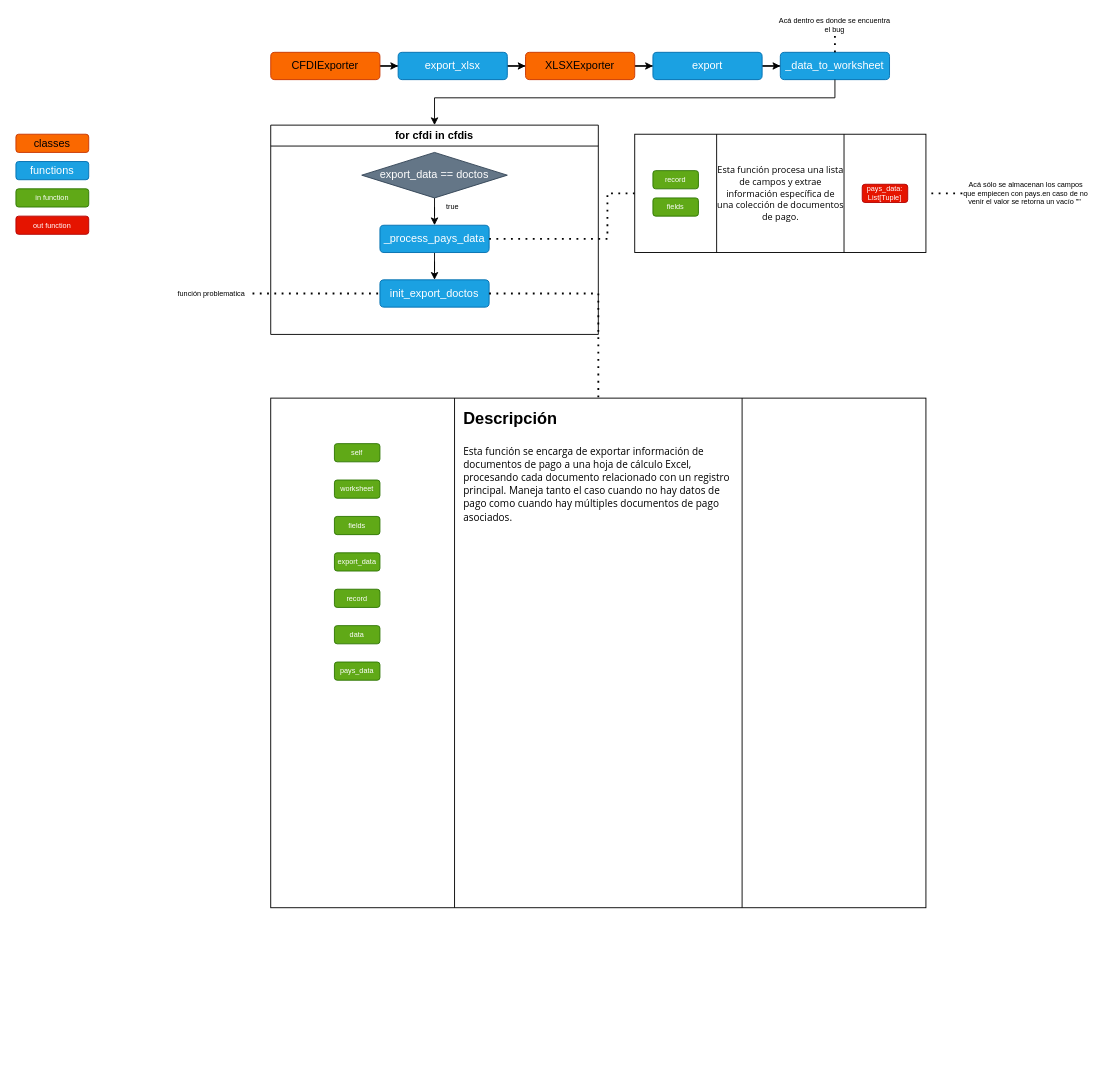
This is 8372 Excel Bug.drawio from SamuelGarcia22/diagrams, a draw.io file, before an edit. Source tidied: cells renumbered, new cells numbered last; positions are measured from the earlier drawing's top-left corner, leaving out a move shared by most shapes. Both pictures are drawn from the tidied source at 91%, with x=0, y=0 at pixel (15, 15).
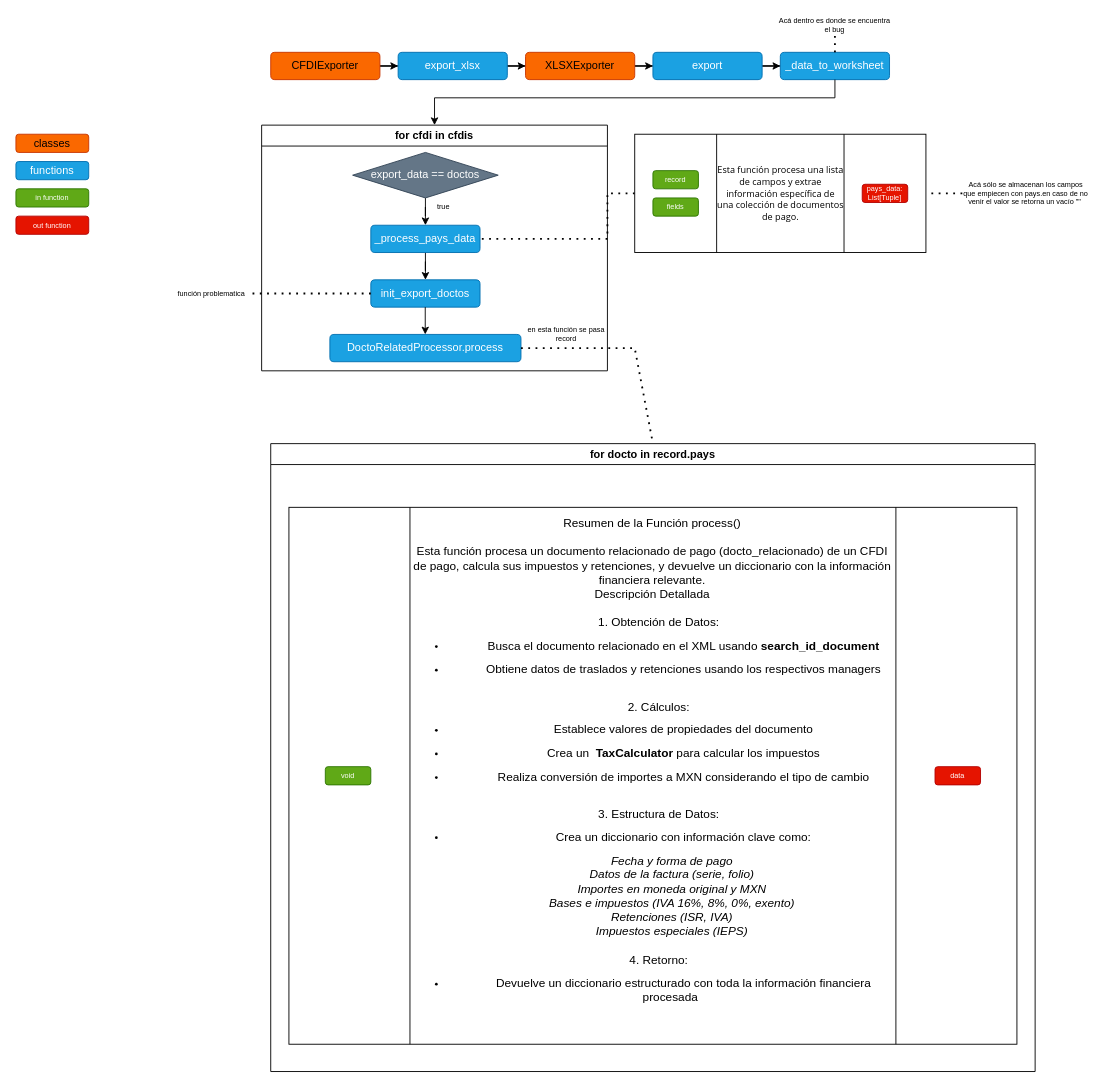
After the change.

The change refers to these unchanged cells:
```xml
<mxCell id="22" value="init_export_doctos" style="whiteSpace=wrap;html=1;fillColor=#1ba1e2;strokeColor=#006EAF;fontColor=#ffffff;rounded=1;" parent="16" vertex="1">
  <mxGeometry x="120" y="170" width="120" height="30" as="geometry" />
</mxCell>
```

What changed in the source:
```diff
@@
     <mxCell id="16" value="for cfdi in cfdis" style="swimlane;whiteSpace=wrap;html=1;" parent="1" vertex="1">
-      <mxGeometry x="280" y="120" width="360" height="230" as="geometry" />
+      <mxGeometry x="270" y="120" width="380" height="270" as="geometry" />
     </mxCell>
@@
+    <mxCell id="44" style="edgeStyle=orthogonalEdgeStyle;rounded=0;orthogonalLoop=1;jettySize=auto;html=1;" parent="16" edge="1">
+      <mxGeometry relative="1" as="geometry">
+        <mxPoint x="179.8" y="200" as="sourcePoint" />
+        <mxPoint x="179.8" y="230" as="targetPoint" />
+      </mxGeometry>
+    </mxCell>
+    <mxCell id="45" value="DoctoRelatedProcessor.process" style="whiteSpace=wrap;html=1;fillColor=#1ba1e2;strokeColor=#006EAF;fontColor=#ffffff;rounded=1;" parent="16" vertex="1">
+      <mxGeometry x="75" y="230" width="210" height="30" as="geometry" />
+    </mxCell>
+    <mxCell id="46" value="en esta función se pasa record" style="text;html=1;align=center;verticalAlign=middle;whiteSpace=wrap;rounded=0;fontSize=8;fontColor=light-dark(#000000,#8A8A8A);" parent="16" vertex="1">
+      <mxGeometry x="290" y="220" width="90" height="20" as="geometry" />
+    </mxCell>
@@
+    <mxCell id="35" style="endArrow=none;dashed=1;html=1;dashPattern=1 3;strokeWidth=2;rounded=0;fontColor=light-dark(#000000,#8A8A8A);strokeColor=light-dark(#000000,#8A8A8A);exitX=1;exitY=0.5;exitDx=0;exitDy=0;entryX=0.5;entryY=0;entryDx=0;entryDy=0;" parent="1" edge="1" source="45" target="47">
+      <mxGeometry relative="1" as="geometry">
+        <Array as="points">
+          <mxPoint x="680" y="365" />
+        </Array>
+      </mxGeometry>
+    </mxCell>
+    <mxCell id="47" value="for docto in record.pays" style="swimlane;whiteSpace=wrap;html=1;" parent="1" vertex="1">
+      <mxGeometry x="280" y="470" width="840" height="690" as="geometry" />
+    </mxCell>
-    <mxCell id="34" style="shape=process;whiteSpace=wrap;html=1;backgroundOutline=1;size=0.28;strokeColor=light-dark(#000000,#8A8A8A);fontSize=10;" parent="1" vertex="1">
-      <mxGeometry x="280" y="420" width="720" height="560" as="geometry" />
+    <mxCell id="34" value="&lt;font style=&quot;font-size: 13px;&quot;&gt;Resumen de la Función process()&lt;br&gt;&lt;br&gt;Esta función procesa un documento relacionado de pago (docto_relacionado) de un CFDI de pago, calcula sus impuestos y retenciones, y devuelve un diccionario con la información financiera relevante.&lt;br&gt;Descripción Detallada&lt;br&gt;&lt;br&gt;&amp;nbsp; &amp;nbsp; 1. Obtención de Datos:&lt;br&gt;&lt;/font&gt;&lt;ul&gt;&lt;li&gt;&lt;font style=&quot;font-size: 13px;&quot;&gt;&amp;nbsp; &amp;nbsp; &amp;nbsp; &amp;nbsp; Busca el documento relacionado en el XML usando &lt;b&gt;&lt;font&gt;search_id_documen&lt;/font&gt;t&lt;/b&gt;&lt;/font&gt;&lt;/li&gt;&lt;/ul&gt;&lt;ul&gt;&lt;li&gt;&lt;font style=&quot;font-size: 13px;&quot;&gt;&amp;nbsp; &amp;nbsp; &amp;nbsp; &amp;nbsp; Obtiene datos de traslados y retenciones usando los respectivos managers&lt;/font&gt;&lt;/li&gt;&lt;/ul&gt;&lt;font style=&quot;font-size: 13px;&quot;&gt;&lt;br&gt;&amp;nbsp; &amp;nbsp; 2. Cálculos:&lt;br&gt;&lt;/font&gt;&lt;ul&gt;&lt;li&gt;&lt;font style=&quot;font-size: 13px;&quot;&gt;&amp;nbsp; &amp;nbsp; &amp;nbsp; &amp;nbsp; Establece valores de propiedades del documento&lt;/font&gt;&lt;/li&gt;&lt;/ul&gt;&lt;ul&gt;&lt;li&gt;&lt;font style=&quot;font-size: 13px;&quot;&gt;&amp;nbsp; &amp;nbsp; &amp;nbsp; &amp;nbsp; Crea un&amp;nbsp; &lt;font&gt;&lt;b&gt;TaxCalculator&lt;/b&gt;&lt;/font&gt;&lt;b&gt;&amp;nbsp;&lt;/b&gt;para calcular los impuestos&lt;/font&gt;&lt;/li&gt;&lt;/ul&gt;&lt;ul&gt;&lt;li&gt;&lt;font style=&quot;font-size: 13px;&quot;&gt;&amp;nbsp; &amp;nbsp; &amp;nbsp; &amp;nbsp; Realiza conversión de importes a MXN considerando el tipo de cambio&lt;/font&gt;&lt;/li&gt;&lt;/ul&gt;&lt;font style=&quot;font-size: 13px;&quot;&gt;&lt;br&gt;&amp;nbsp; &amp;nbsp; 3. Estructura de Datos:&lt;br&gt;&lt;/font&gt;&lt;ul&gt;&lt;li&gt;&lt;font style=&quot;font-size: 13px;&quot;&gt;&amp;nbsp; &amp;nbsp; &amp;nbsp; &amp;nbsp; Crea un diccionario con información clave como:&lt;/font&gt;&lt;/li&gt;&lt;/ul&gt;&lt;font style=&quot;font-size: 13px;&quot;&gt;&amp;nbsp; &amp;nbsp; &amp;nbsp; &amp;nbsp; &amp;nbsp; &amp;nbsp;&lt;i&gt; Fecha y forma de pago&lt;br&gt;&amp;nbsp; &amp;nbsp; &amp;nbsp; &amp;nbsp; &amp;nbsp; &amp;nbsp; Datos de la factura (serie, folio)&lt;br&gt;&amp;nbsp; &amp;nbsp; &amp;nbsp; &amp;nbsp; &amp;nbsp; &amp;nbsp; Importes en moneda original y MXN&lt;br&gt;&amp;nbsp; &amp;nbsp; &amp;nbsp; &amp;nbsp; &amp;nbsp; &amp;nbsp; Bases e impuestos (IVA 16%, 8%, 0%, exento)&lt;br&gt;&amp;nbsp; &amp;nbsp; &amp;nbsp; &amp;nbsp; &amp;nbsp; &amp;nbsp; Retenciones (ISR, IVA)&lt;br&gt;&lt;/i&gt;&lt;/font&gt;&lt;div&gt;&lt;font style=&quot;font-size: 13px;&quot;&gt;&lt;i&gt;&amp;nbsp; &amp;nbsp; &amp;nbsp; &amp;nbsp; &amp;nbsp; &amp;nbsp; Impuestos especiales (IEPS)&lt;/i&gt;&lt;/font&gt;&lt;/div&gt;&lt;div&gt;&lt;font style=&quot;font-size: 13px;&quot;&gt;&lt;i&gt;&lt;br&gt;&lt;/i&gt;&lt;/font&gt;&lt;/div&gt;&lt;font style=&quot;font-size: 13px;&quot;&gt;&amp;nbsp; &amp;nbsp; 4. Retorno:&lt;br&gt;&lt;/font&gt;&lt;ul&gt;&lt;li&gt;&lt;font style=&quot;font-size: 13px;&quot;&gt;&amp;nbsp; &amp;nbsp; &amp;nbsp; &amp;nbsp; Devuelve un diccionario estructurado con toda la información financiera procesada&lt;/font&gt;&lt;/li&gt;&lt;/ul&gt;&lt;br&gt;&lt;div&gt;&lt;br/&gt;&lt;/div&gt;" style="shape=process;whiteSpace=wrap;html=1;backgroundOutline=1;size=0.16666666666666666;strokeColor=light-dark(#000000,#8A8A8A);fontSize=10;" parent="47" vertex="1">
+      <mxGeometry x="20" y="70" width="800" height="590" as="geometry" />
     </mxCell>
-    <mxCell id="35" style="endArrow=none;dashed=1;html=1;dashPattern=1 3;strokeWidth=2;rounded=0;entryX=0.5;entryY=0;entryDx=0;entryDy=0;fontColor=light-dark(#000000,#8A8A8A);strokeColor=light-dark(#000000,#8A8A8A);exitX=1;exitY=0.5;exitDx=0;exitDy=0;" parent="1" edge="1" source="22" target="34">
-      <mxGeometry relative="1" as="geometry">
-        <Array as="points">
-          <mxPoint x="640" y="305" />
-        </Array>
-      </mxGeometry>
-    </mxCell>
-    <mxCell id="36" value="&lt;h1 style=&quot;margin-top: 0px;&quot;&gt;&lt;font style=&quot;font-size: 18px;&quot;&gt;Descripción&lt;/font&gt;&lt;/h1&gt;&lt;p&gt;&lt;font style=&quot;font-size: 11px;&quot;&gt;&lt;span style=&quot;font-family: &amp;quot;Segoe WPC&amp;quot;, &amp;quot;Segoe UI&amp;quot;, sans-serif; font-style: normal; font-variant-ligatures: normal; font-variant-caps: normal; font-weight: 400; letter-spacing: normal; text-align: start; text-indent: 0px; text-transform: none; word-spacing: 0px; -webkit-text-stroke-width: 0px; white-space: normal; text-decoration-thickness: initial; text-decoration-style: initial; text-decoration-color: initial; display: inline !important; float: none; color: light-dark(rgb(0, 0, 0), rgb(255, 255, 255));&quot;&gt;Esta función se encarga de exportar información de documentos de pago a una hoja de cálculo Excel, procesando cada documento relacionado con un registro principal. Maneja tanto el caso cuando no hay datos de pago&amp;nbsp;como cuando hay múltiples documentos de pago asociados.&lt;/span&gt;&lt;/font&gt;&lt;/p&gt;" style="text;html=1;whiteSpace=wrap;overflow=hidden;rounded=0;" parent="1" vertex="1">
-      <mxGeometry x="490" y="420" width="300" height="140" as="geometry" />
-    </mxCell>
-    <mxCell id="37" value="self" style="rounded=1;whiteSpace=wrap;html=1;fillColor=#60a917;fontColor=light-dark(#FFFFFF,#FFFFFF);strokeColor=#2D7600;fontSize=8;" parent="1" vertex="1">
-      <mxGeometry x="350" y="470" width="50" height="20" as="geometry" />
-    </mxCell>
-    <mxCell id="38" value="worksheet" style="rounded=1;whiteSpace=wrap;html=1;fillColor=#60a917;fontColor=light-dark(#FFFFFF,#FFFFFF);strokeColor=#2D7600;fontSize=8;" parent="1" vertex="1">
-      <mxGeometry x="350" y="510" width="50" height="20" as="geometry" />
-    </mxCell>
-    <mxCell id="39" value="fields" style="rounded=1;whiteSpace=wrap;html=1;fillColor=#60a917;fontColor=light-dark(#FFFFFF,#FFFFFF);strokeColor=#2D7600;fontSize=8;" parent="1" vertex="1">
-      <mxGeometry x="350" y="550" width="50" height="20" as="geometry" />
-    </mxCell>
-    <mxCell id="40" value="export_data" style="rounded=1;whiteSpace=wrap;html=1;fillColor=#60a917;fontColor=light-dark(#FFFFFF,#FFFFFF);strokeColor=#2D7600;fontSize=8;" parent="1" vertex="1">
-      <mxGeometry x="350" y="590" width="50" height="20" as="geometry" />
-    </mxCell>
-    <mxCell id="41" value="record" style="rounded=1;whiteSpace=wrap;html=1;fillColor=#60a917;fontColor=light-dark(#FFFFFF,#FFFFFF);strokeColor=#2D7600;fontSize=8;" parent="1" vertex="1">
-      <mxGeometry x="350" y="630" width="50" height="20" as="geometry" />
-    </mxCell>
-    <mxCell id="42" value="data" style="rounded=1;whiteSpace=wrap;html=1;fillColor=#60a917;fontColor=light-dark(#FFFFFF,#FFFFFF);strokeColor=#2D7600;fontSize=8;" parent="1" vertex="1">
-      <mxGeometry x="350" y="670" width="50" height="20" as="geometry" />
+    <mxCell id="42" value="data" style="rounded=1;whiteSpace=wrap;html=1;fillColor=light-dark(#E51400,#BA1A1A);fontColor=light-dark(#FFFFFF,#FCFCFC);strokeColor=#B20000;fontSize=8;" parent="47" vertex="1">
+      <mxGeometry x="730" y="355" width="50" height="20" as="geometry" />
     </mxCell>
-    <mxCell id="43" value="pays_data" style="rounded=1;whiteSpace=wrap;html=1;fillColor=#60a917;fontColor=light-dark(#FFFFFF,#FFFFFF);strokeColor=#2D7600;fontSize=8;" parent="1" vertex="1">
-      <mxGeometry x="350" y="710" width="50" height="20" as="geometry" />
-    </mxCell>
+    <mxCell id="48" value="&lt;div&gt;void&lt;/div&gt;" style="rounded=1;whiteSpace=wrap;html=1;fillColor=#60a917;fontColor=light-dark(#FFFFFF,#FFFFFF);strokeColor=#2D7600;fontSize=8;align=center;verticalAlign=middle;fontFamily=Helvetica;" parent="47" vertex="1">
+      <mxGeometry x="60" y="355" width="50" height="20" as="geometry" />
+    </mxCell>
```
